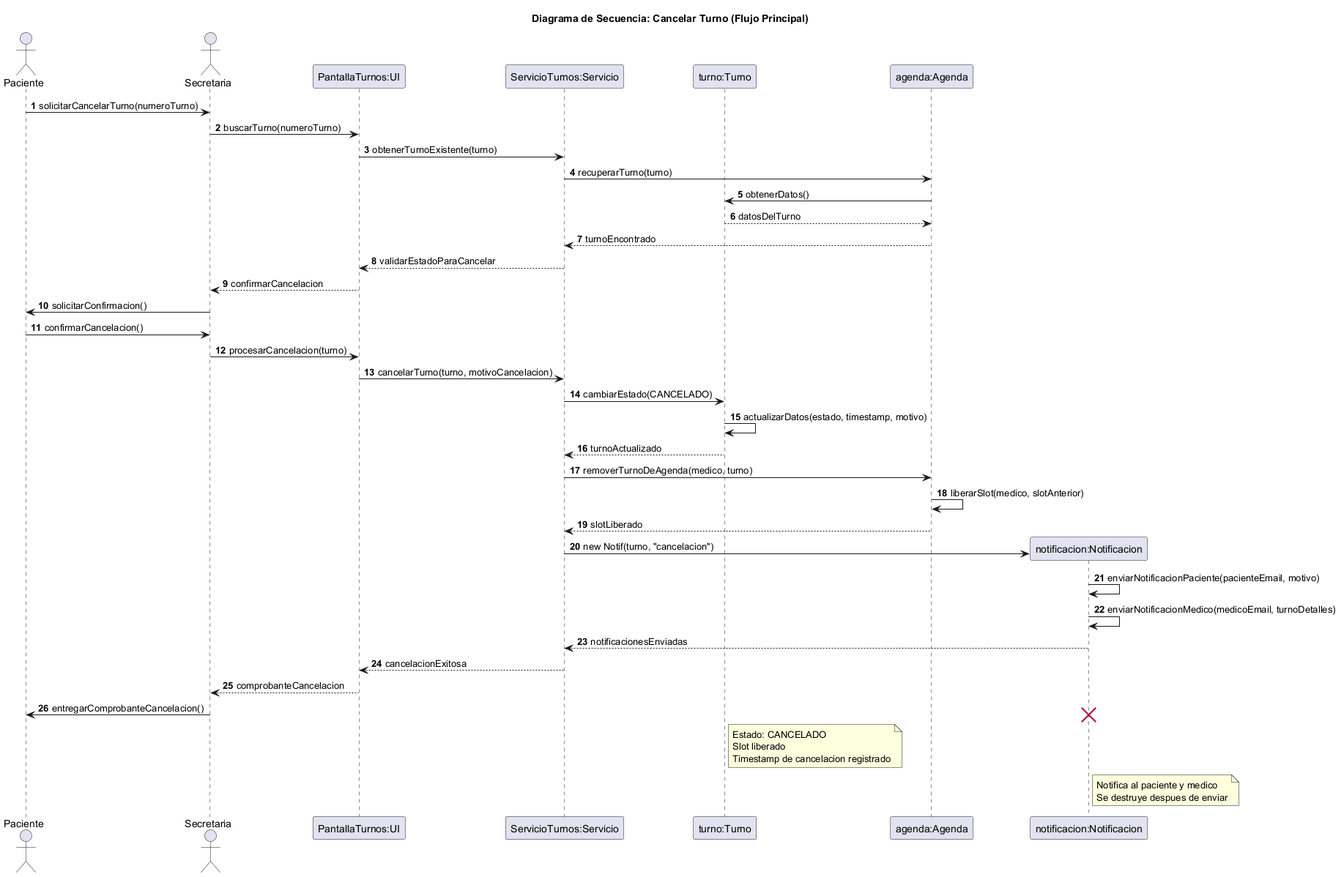
This is diagramas/05-diagramas-secuencia/05-secuencia-cancelar-turno-flujo-principal-03.png from Purezaamor/SistemaTurnosMedicos, a PlantUML export, as it was before one commit. The source it was exported from:
```plantuml
@startuml 05-secuencia-cancelar-turno-flujo-principal-03
title Diagrama de Secuencia: Cancelar Turno (Flujo Principal)

actor Paciente
actor Secretaria
participant "PantallaTurnos:UI" as UI
participant "ServicioTurnos:Servicio" as Servicio
participant "turno:Turno" as Turno
participant "agenda:Agenda" as Agenda
participant "notificacion:Notificacion" as Notif

autonumber

Paciente -> Secretaria: solicitarCancelarTurno(numeroTurno)
Secretaria -> UI: buscarTurno(numeroTurno)
UI -> Servicio: obtenerTurnoExistente(turno)
Servicio -> Agenda: recuperarTurno(turno)
Agenda -> Turno: obtenerDatos()
Turno --> Agenda: datosDelTurno
Agenda --> Servicio: turnoEncontrado
Servicio --> UI: validarEstadoParaCancelar
UI --> Secretaria: confirmarCancelacion
Secretaria -> Paciente: solicitarConfirmacion()
Paciente -> Secretaria: confirmarCancelacion()
Secretaria -> UI: procesarCancelacion(turno)
UI -> Servicio: cancelarTurno(turno, motivoCancelacion)
Servicio -> Turno: cambiarEstado(CANCELADO)
Turno -> Turno: actualizarDatos(estado, timestamp, motivo)
Turno --> Servicio: turnoActualizado
Servicio -> Agenda: removerTurnoDeAgenda(medico, turno)
Agenda -> Agenda: liberarSlot(medico, slotAnterior)
Agenda --> Servicio: slotLiberado
create Notif
Servicio -> Notif: new Notif(turno, "cancelacion")
Notif -> Notif: enviarNotificacionPaciente(pacienteEmail, motivo)
Notif -> Notif: enviarNotificacionMedico(medicoEmail, turnoDetalles)
Notif --> Servicio: notificacionesEnviadas
Servicio --> UI: cancelacionExitosa
UI --> Secretaria: comprobanteCancelacion
Secretaria -> Paciente: entregarComprobanteCancelacion()

note right of Turno
  Estado: CANCELADO
  Slot liberado
  Timestamp de cancelacion registrado
end note

note right of Notif
  Notifica al paciente y medico
  Se destruye despues de enviar
end note

destroy Notif

@enduml
```
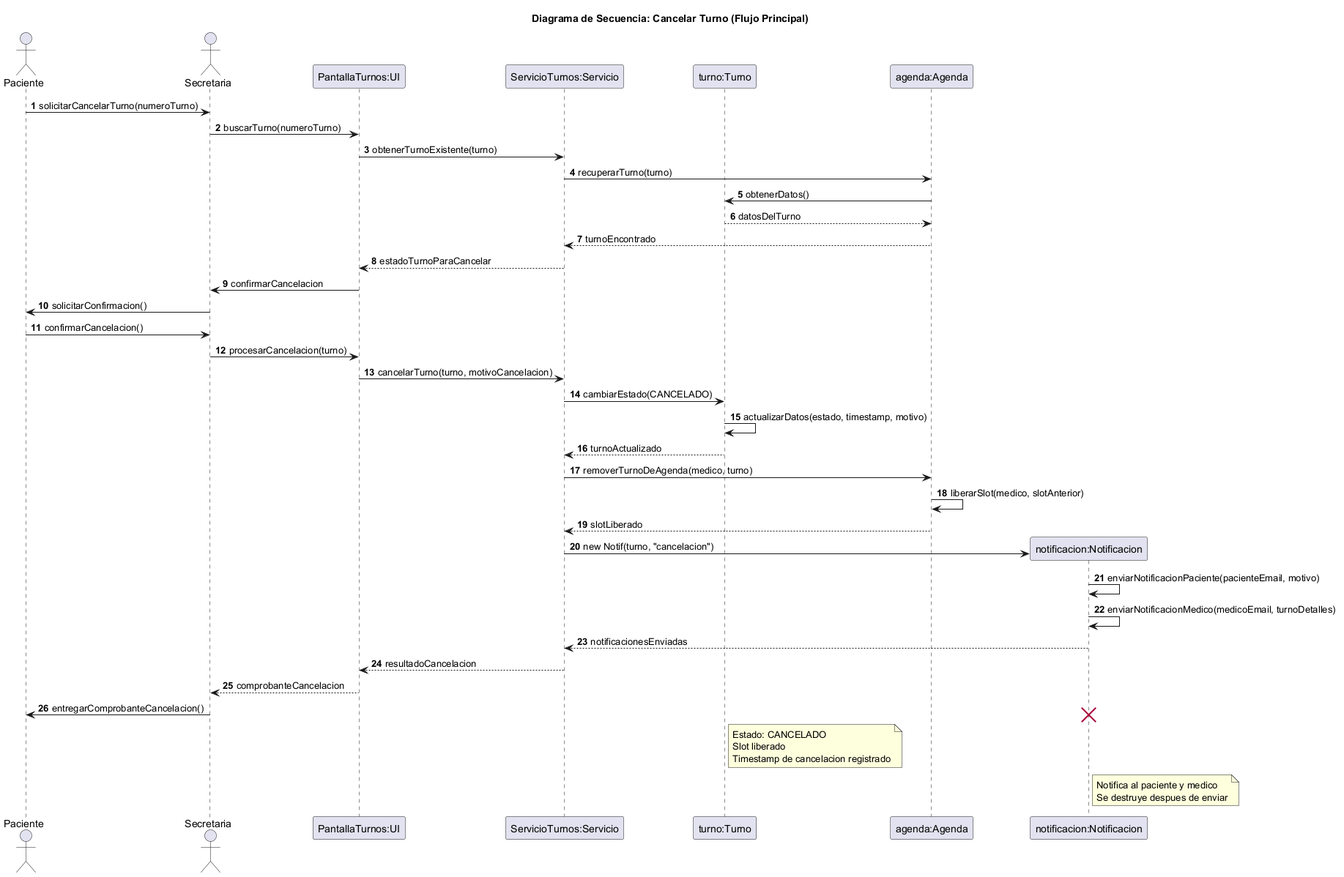
The same file after the commit.

Commit message:
Se corrigen archivos diagramas-secuencia

The edit, as a diff of the source:
```diff
@@ -18,8 +18,8 @@
 Agenda -> Turno: obtenerDatos()
 Turno --> Agenda: datosDelTurno
 Agenda --> Servicio: turnoEncontrado
-Servicio --> UI: validarEstadoParaCancelar
-UI --> Secretaria: confirmarCancelacion
+Servicio --> UI: estadoTurnoParaCancelar
+UI -> Secretaria: confirmarCancelacion
 Secretaria -> Paciente: solicitarConfirmacion()
 Paciente -> Secretaria: confirmarCancelacion()
 Secretaria -> UI: procesarCancelacion(turno)
@@ -35,7 +35,7 @@
 Notif -> Notif: enviarNotificacionPaciente(pacienteEmail, motivo)
 Notif -> Notif: enviarNotificacionMedico(medicoEmail, turnoDetalles)
 Notif --> Servicio: notificacionesEnviadas
-Servicio --> UI: cancelacionExitosa
+Servicio --> UI: resultadoCancelacion
 UI --> Secretaria: comprobanteCancelacion
 Secretaria -> Paciente: entregarComprobanteCancelacion()
 
```
